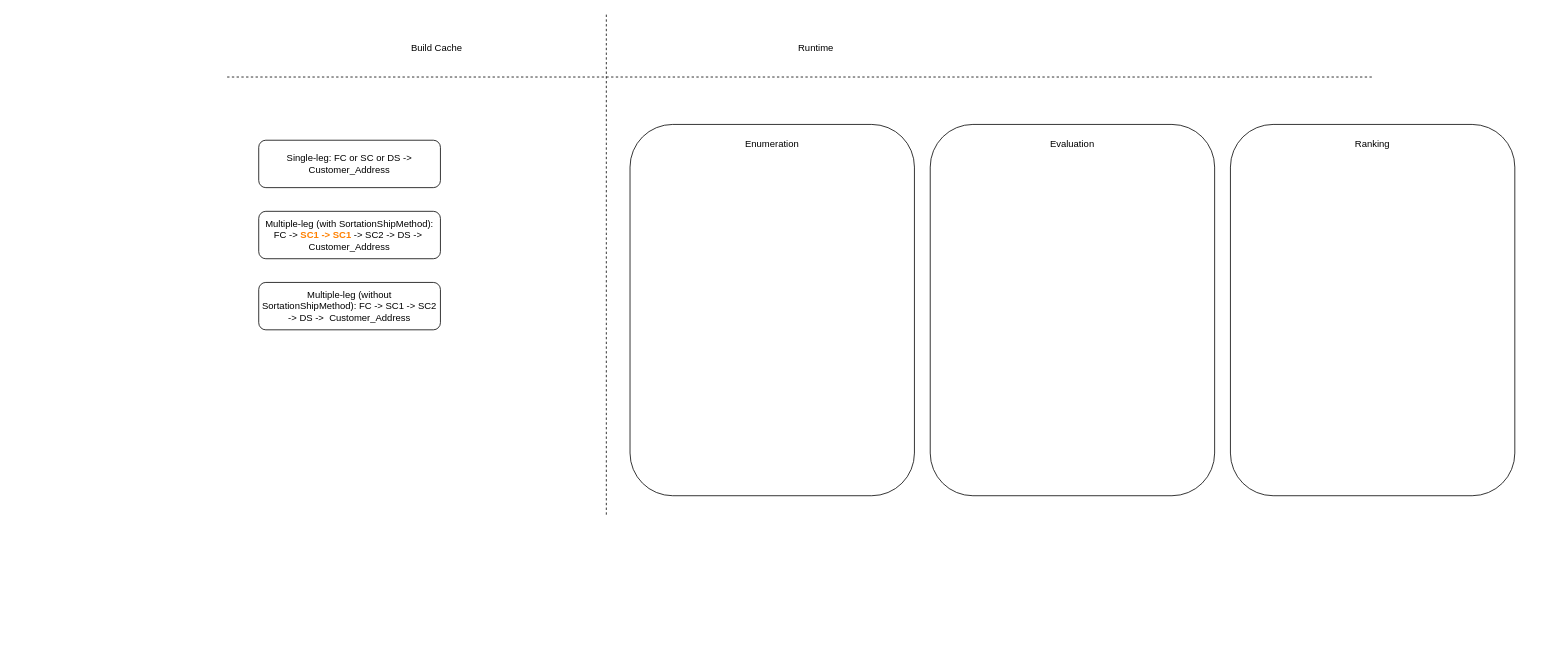
PQMeng/draw.io-source-files keeps this draw.io diagram as page "End-to-End Workflow" (2 of 3) of PCC_dynamic_selection.drawio. Above is the earlier version. Source tidied: cells renumbered, new cells numbered last; positions are measured from the earlier drawing's top-left corner, leaving out a move shared by most shapes. Both pictures are drawn from the tidied source at 79%, with x=0, y=0 at pixel (227, 13).
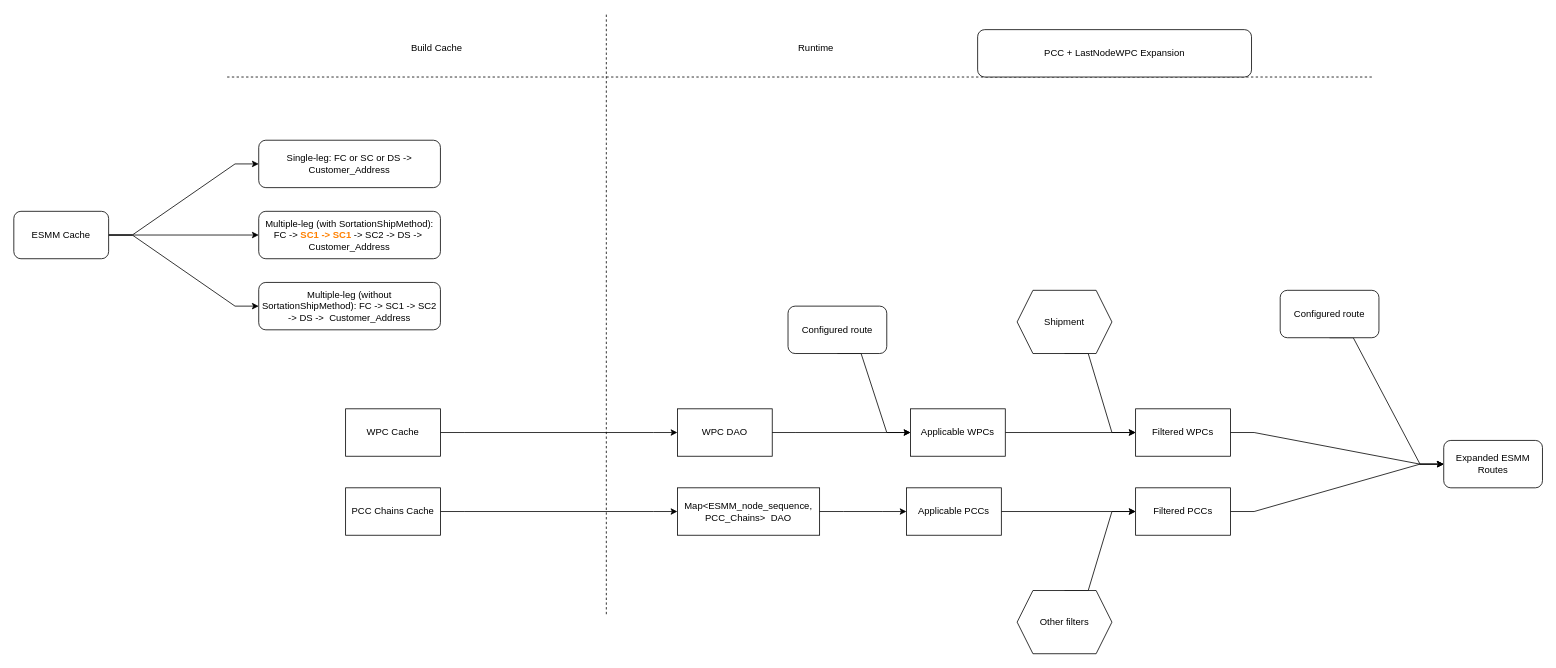
After the change.

Unchanged cells that the change refers to:
```xml
<mxCell id="15" value="Single-leg: FC or SC or DS -&amp;gt; Customer_Address" style="rounded=1;whiteSpace=wrap;html=1;" parent="1" vertex="1">
  <mxGeometry x="40" y="160" width="230" height="60" as="geometry" />
</mxCell>
<mxCell id="16" value="Multiple-leg (with SortationShipMethod): FC -&amp;gt; &lt;b&gt;&lt;font color=&quot;#ff8000&quot;&gt;SC1 -&amp;gt; SC1&lt;/font&gt;&lt;/b&gt; -&amp;gt; SC2 -&amp;gt; DS -&amp;gt;&amp;nbsp; Customer_Address" style="rounded=1;whiteSpace=wrap;html=1;" parent="1" vertex="1">
  <mxGeometry x="40" y="250" width="230" height="60" as="geometry" />
</mxCell>
<mxCell id="17" value="Multiple-leg (without SortationShipMethod): FC -&amp;gt; SC1 -&amp;gt; SC2 -&amp;gt; DS -&amp;gt;&amp;nbsp; Customer_Address" style="rounded=1;whiteSpace=wrap;html=1;" parent="1" vertex="1">
  <mxGeometry x="40" y="340" width="230" height="60" as="geometry" />
</mxCell>
```

What changed in the source:
```diff
@@
     <mxCell id="2" style="endArrow=none;dashed=1;html=1;rounded=0;" parent="1" edge="1">
       <mxGeometry relative="1" as="geometry">
-        <mxPoint x="480" y="634" as="sourcePoint" />
+        <mxPoint x="480" y="760" as="sourcePoint" />
         <mxPoint x="480" as="targetPoint" />
       </mxGeometry>
     </mxCell>
@@
-    <mxCell id="6" style="group;" parent="1" vertex="1">
-      <mxGeometry x="510" y="140" width="360" height="470" as="geometry" />
-    </mxCell>
-    <mxCell id="7" style="rounded=1;whiteSpace=wrap;html=1;" parent="6" vertex="1">
-      <mxGeometry width="360" height="470" as="geometry" />
-    </mxCell>
-    <mxCell id="8" value="Enumeration" style="text;html=1;strokeColor=none;fillColor=none;align=center;verticalAlign=middle;whiteSpace=wrap;rounded=0;" parent="6" vertex="1">
-      <mxGeometry x="150" y="10" width="60" height="30" as="geometry" />
-    </mxCell>
-    <mxCell id="9" style="group;" parent="1" vertex="1">
-      <mxGeometry x="890" y="140" width="360" height="470" as="geometry" />
-    </mxCell>
-    <mxCell id="10" style="rounded=1;whiteSpace=wrap;html=1;" parent="9" vertex="1">
-      <mxGeometry width="360" height="470" as="geometry" />
-    </mxCell>
-    <mxCell id="11" value="Evaluation" style="text;html=1;strokeColor=none;fillColor=none;align=center;verticalAlign=middle;whiteSpace=wrap;rounded=0;" parent="9" vertex="1">
-      <mxGeometry x="150" y="10" width="60" height="30" as="geometry" />
-    </mxCell>
-    <mxCell id="12" style="group;" parent="1" vertex="1">
-      <mxGeometry x="1270" y="140" width="360" height="470" as="geometry" />
-    </mxCell>
-    <mxCell id="13" style="rounded=1;whiteSpace=wrap;html=1;" parent="12" vertex="1">
-      <mxGeometry width="360" height="470" as="geometry" />
-    </mxCell>
-    <mxCell id="14" value="Ranking" style="text;html=1;strokeColor=none;fillColor=none;align=center;verticalAlign=middle;whiteSpace=wrap;rounded=0;" parent="12" vertex="1">
-      <mxGeometry x="150" y="10" width="60" height="30" as="geometry" />
-    </mxCell>
@@
+    <mxCell id="18" style="edgeStyle=entityRelationEdgeStyle;rounded=0;jettySize=auto;html=1;exitX=1;exitY=0.5;exitDx=0;exitDy=0;" parent="1" edge="1" source="21" target="15">
+      <mxGeometry relative="1" as="geometry" />
+    </mxCell>
+    <mxCell id="19" style="edgeStyle=entityRelationEdgeStyle;rounded=0;jettySize=auto;html=1;exitX=1;exitY=0.5;exitDx=0;exitDy=0;entryX=0;entryY=0.5;entryDx=0;entryDy=0;" parent="1" edge="1" source="21" target="16">
+      <mxGeometry relative="1" as="geometry" />
+    </mxCell>
+    <mxCell id="20" style="edgeStyle=entityRelationEdgeStyle;rounded=0;jettySize=auto;html=1;exitX=1;exitY=0.5;exitDx=0;exitDy=0;entryX=0;entryY=0.5;entryDx=0;entryDy=0;" parent="1" edge="1" source="21" target="17">
+      <mxGeometry relative="1" as="geometry" />
+    </mxCell>
+    <mxCell id="21" value="ESMM Cache" style="rounded=1;whiteSpace=wrap;html=1;" parent="1" vertex="1">
+      <mxGeometry x="-270" y="250" width="120" height="60" as="geometry" />
+    </mxCell>
+    <mxCell id="22" style="edgeStyle=entityRelationEdgeStyle;rounded=0;jettySize=auto;html=1;exitX=1;exitY=0.5;exitDx=0;exitDy=0;" parent="1" edge="1" source="23" target="33">
+      <mxGeometry relative="1" as="geometry" />
+    </mxCell>
+    <mxCell id="23" value="WPC Cache" style="rounded=0;whiteSpace=wrap;html=1;" parent="1" vertex="1">
+      <mxGeometry x="150" y="500" width="120" height="60" as="geometry" />
+    </mxCell>
+    <mxCell id="24" style="edgeStyle=entityRelationEdgeStyle;rounded=0;jettySize=auto;html=1;exitX=1;exitY=0.5;exitDx=0;exitDy=0;entryX=0;entryY=0.5;entryDx=0;entryDy=0;" parent="1" edge="1" source="25" target="27">
+      <mxGeometry relative="1" as="geometry" />
+    </mxCell>
+    <mxCell id="25" value="PCC Chains Cache" style="rounded=0;whiteSpace=wrap;html=1;" parent="1" vertex="1">
+      <mxGeometry x="150" y="600" width="120" height="60" as="geometry" />
+    </mxCell>
+    <mxCell id="26" value="PCC + LastNodeWPC Expansion" style="rounded=1;whiteSpace=wrap;html=1;" parent="1" vertex="1">
+      <mxGeometry x="950" y="20" width="346.7" height="60" as="geometry" />
+    </mxCell>
+    <mxCell id="27" value="Map&amp;lt;ESMM_node_sequence, PCC_Chains&amp;gt;&amp;nbsp; DAO" style="rounded=0;whiteSpace=wrap;html=1;" parent="1" vertex="1">
+      <mxGeometry x="570" y="600" width="180" height="60" as="geometry" />
+    </mxCell>
+    <mxCell id="28" style="edgeStyle=entityRelationEdgeStyle;rounded=0;jettySize=auto;html=1;exitX=1;exitY=0.5;exitDx=0;exitDy=0;entryX=0;entryY=0.5;entryDx=0;entryDy=0;" parent="1" edge="1" source="29" target="42">
+      <mxGeometry relative="1" as="geometry" />
+    </mxCell>
+    <mxCell id="29" value="Applicable PCCs" style="rounded=0;whiteSpace=wrap;html=1;" parent="1" vertex="1">
+      <mxGeometry x="860" y="600" width="120" height="60" as="geometry" />
+    </mxCell>
+    <mxCell id="30" style="edgeStyle=entityRelationEdgeStyle;rounded=0;jettySize=auto;html=1;exitX=1;exitY=0.5;exitDx=0;exitDy=0;entryX=0;entryY=0.5;entryDx=0;entryDy=0;" parent="1" edge="1" source="27" target="29">
+      <mxGeometry relative="1" as="geometry" />
+    </mxCell>
+    <mxCell id="31" style="edgeStyle=entityRelationEdgeStyle;rounded=0;jettySize=auto;html=1;exitX=0.5;exitY=1;exitDx=0;exitDy=0;entryX=0;entryY=0.5;entryDx=0;entryDy=0;" parent="1" edge="1" source="32" target="36">
+      <mxGeometry relative="1" as="geometry" />
+    </mxCell>
+    <mxCell id="32" value="Configured route" style="rounded=1;whiteSpace=wrap;html=1;" parent="1" vertex="1">
+      <mxGeometry x="710" y="370" width="125" height="60" as="geometry" />
+    </mxCell>
+    <mxCell id="33" value="WPC DAO" style="rounded=0;whiteSpace=wrap;html=1;" parent="1" vertex="1">
+      <mxGeometry x="570" y="500" width="120" height="60" as="geometry" />
+    </mxCell>
+    <mxCell id="34" style="edgeStyle=entityRelationEdgeStyle;rounded=0;jettySize=auto;html=1;exitX=1;exitY=0.5;exitDx=0;exitDy=0;" parent="1" edge="1" source="33" target="36">
+      <mxGeometry relative="1" as="geometry" />
+    </mxCell>
+    <mxCell id="35" style="edgeStyle=entityRelationEdgeStyle;rounded=0;jettySize=auto;html=1;exitX=1;exitY=0.5;exitDx=0;exitDy=0;" parent="1" edge="1" source="36" target="40">
+      <mxGeometry relative="1" as="geometry" />
+    </mxCell>
+    <mxCell id="36" value="Applicable WPCs" style="rounded=0;whiteSpace=wrap;html=1;" parent="1" vertex="1">
+      <mxGeometry x="865" y="500" width="120" height="60" as="geometry" />
+    </mxCell>
+    <mxCell id="37" style="edgeStyle=entityRelationEdgeStyle;rounded=0;jettySize=auto;html=1;exitX=0.5;exitY=1;exitDx=0;exitDy=0;" parent="1" edge="1" source="38" target="40">
+      <mxGeometry relative="1" as="geometry" />
+    </mxCell>
+    <mxCell id="38" value="Shipment" style="shape=hexagon;perimeter=hexagonPerimeter2;whiteSpace=wrap;html=1;fixedSize=1;" parent="1" vertex="1">
+      <mxGeometry x="1000" y="350" width="120" height="80" as="geometry" />
+    </mxCell>
+    <mxCell id="39" style="edgeStyle=entityRelationEdgeStyle;rounded=0;jettySize=auto;html=1;exitX=1;exitY=0.5;exitDx=0;exitDy=0;" parent="1" edge="1" source="40" target="47">
+      <mxGeometry relative="1" as="geometry" />
+    </mxCell>
+    <mxCell id="40" value="Filtered WPCs" style="rounded=0;whiteSpace=wrap;html=1;" parent="1" vertex="1">
+      <mxGeometry x="1150" y="500" width="120" height="60" as="geometry" />
+    </mxCell>
+    <mxCell id="41" style="edgeStyle=entityRelationEdgeStyle;rounded=0;jettySize=auto;html=1;exitX=1;exitY=0.5;exitDx=0;exitDy=0;" parent="1" edge="1" source="42" target="47">
+      <mxGeometry relative="1" as="geometry" />
+    </mxCell>
+    <mxCell id="42" value="Filtered PCCs" style="rounded=0;whiteSpace=wrap;html=1;" parent="1" vertex="1">
+      <mxGeometry x="1150" y="600" width="120" height="60" as="geometry" />
+    </mxCell>
+    <mxCell id="43" style="edgeStyle=entityRelationEdgeStyle;rounded=0;jettySize=auto;html=1;exitX=0.5;exitY=0;exitDx=0;exitDy=0;entryX=0;entryY=0.5;entryDx=0;entryDy=0;" parent="1" edge="1" source="44" target="42">
+      <mxGeometry relative="1" as="geometry" />
+    </mxCell>
+    <mxCell id="44" value="Other filters" style="shape=hexagon;perimeter=hexagonPerimeter2;whiteSpace=wrap;html=1;fixedSize=1;" parent="1" vertex="1">
+      <mxGeometry x="1000" y="730" width="120" height="80" as="geometry" />
+    </mxCell>
+    <mxCell id="45" style="edgeStyle=entityRelationEdgeStyle;rounded=0;jettySize=auto;html=1;exitX=0.5;exitY=1;exitDx=0;exitDy=0;entryX=0;entryY=0.5;entryDx=0;entryDy=0;" parent="1" edge="1" source="46" target="47">
+      <mxGeometry relative="1" as="geometry" />
+    </mxCell>
+    <mxCell id="46" value="Configured route" style="rounded=1;whiteSpace=wrap;html=1;" parent="1" vertex="1">
+      <mxGeometry x="1333" y="350" width="125" height="60" as="geometry" />
+    </mxCell>
+    <mxCell id="47" value="Expanded ESMM Routes" style="rounded=1;whiteSpace=wrap;html=1;" parent="1" vertex="1">
+      <mxGeometry x="1540" y="540" width="125" height="60" as="geometry" />
+    </mxCell>
```
